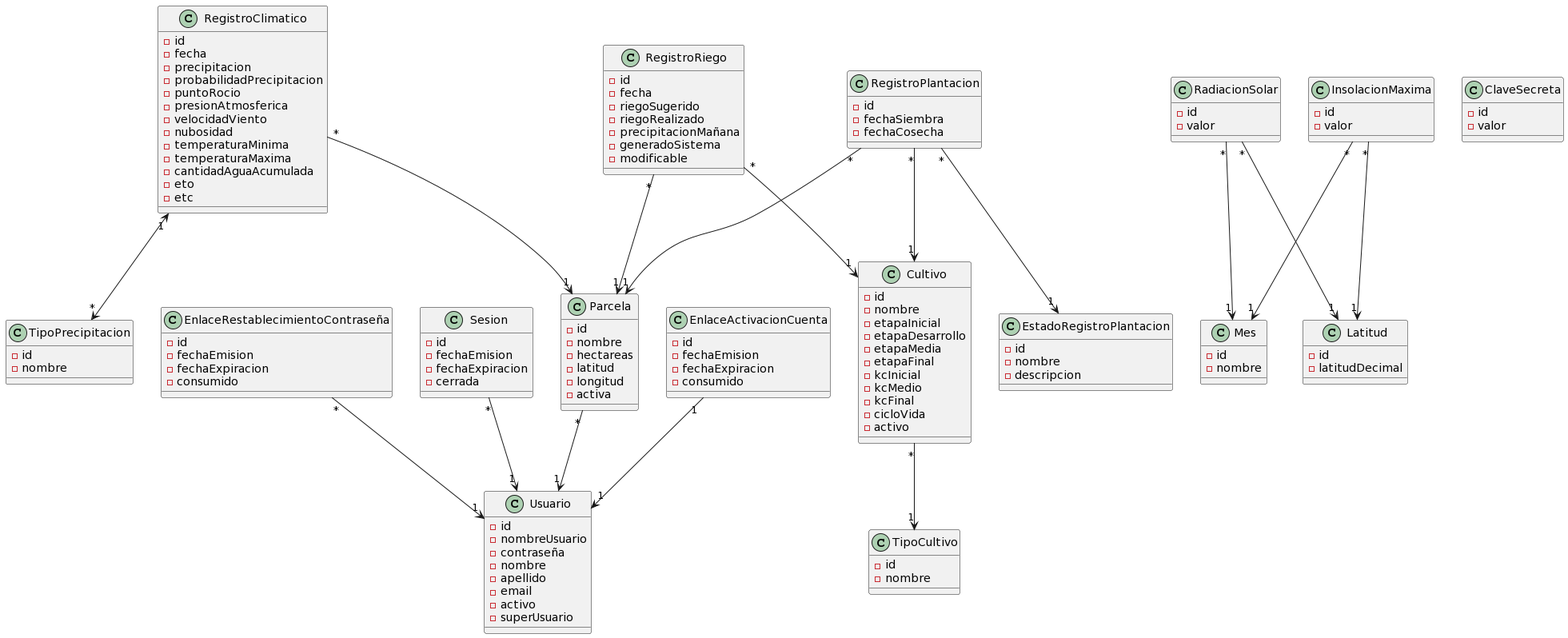
facundopaez-dev/sistema-web-riego keeps this PlantUML diagram as domain model/Modelo de dominio.png. Above is the earlier version.
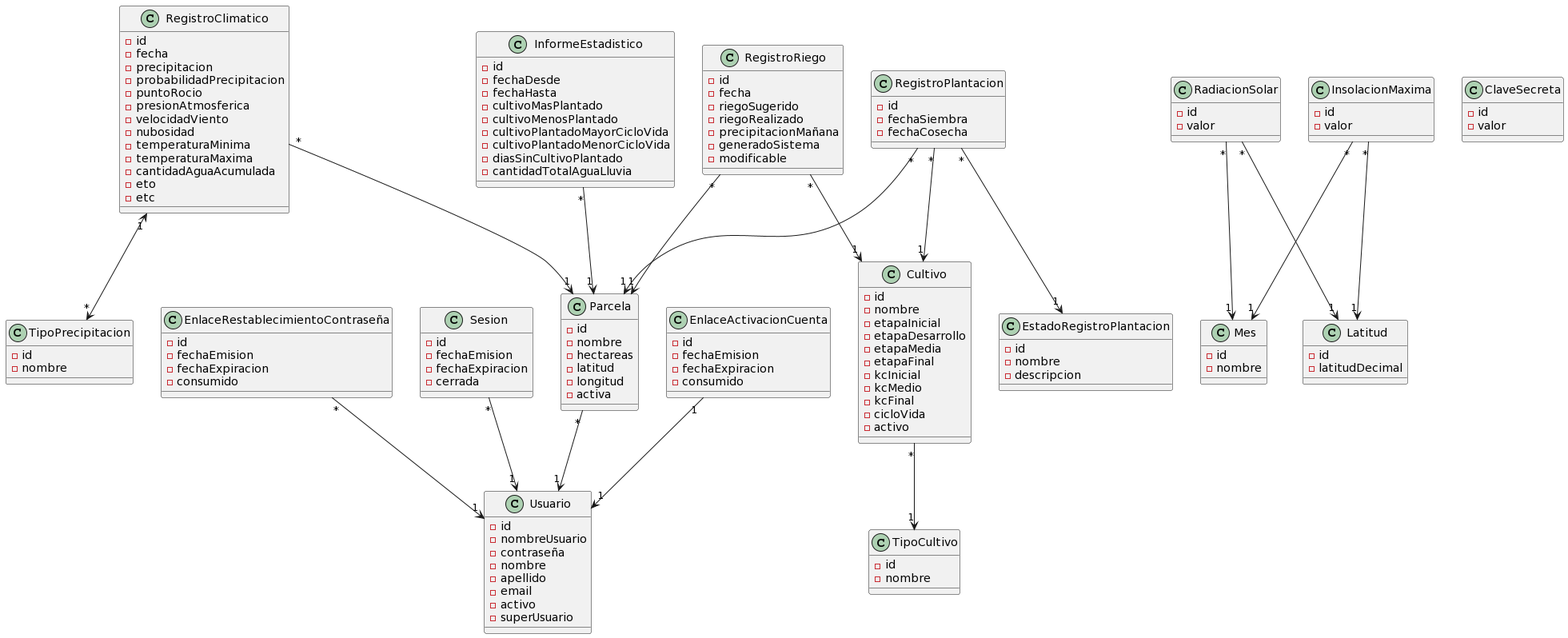
Above is the later version.

Change to the diagram source:
```diff
@@ -1,5 +1,6 @@
 @startuml
 Parcela "*"-->"1" Usuario
+InformeEstadistico "*"-->"1" Parcela
 RegistroClimatico "*"-->"1" Parcela
 RegistroClimatico "1"<-->"*" TipoPrecipitacion
 RegistroRiego "*"-->"1" Parcela
@@ -23,6 +24,18 @@
 -latitud
 -longitud
 -activa
+}
+
+class InformeEstadistico {
+-id
+-fechaDesde
+-fechaHasta
+-cultivoMasPlantado
+-cultivoMenosPlantado
+-cultivoPlantadoMayorCicloVida
+-cultivoPlantadoMenorCicloVida
+-diasSinCultivoPlantado
+-cantidadTotalAguaLluvia
 }
 
 class Cultivo {
```
